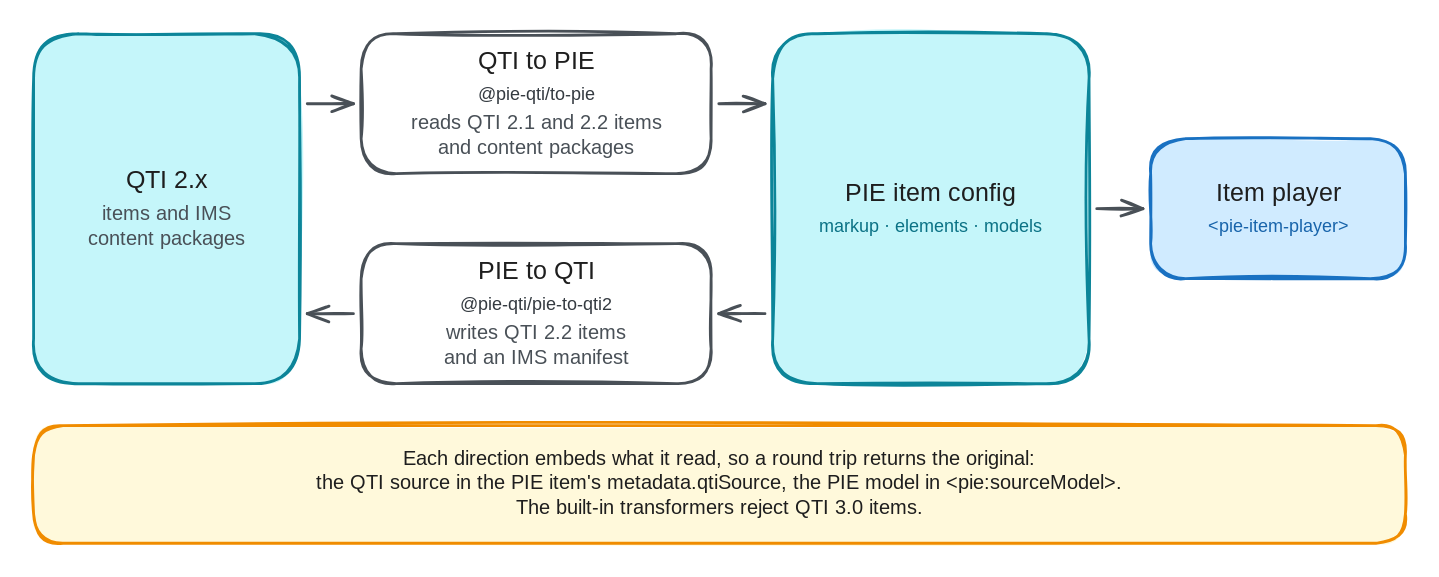
Above: packages/pie-website-app/static/images/diagrams/qti-to-pie.excalidraw.svg in pie-framework/pie-website-ng (Excalidraw), before the change. Source tidied: one line per element, renumbered; positions are measured from the earlier drawing's top-left corner, leaving out a move shared by most shapes. Its diagram source:
```json
{"id": 0, "type": "rectangle", "strokeColor": "#0c8599", "backgroundColor": "#c5f6fa", "fillStyle": "solid", "strokeWidth": 2, "roughness": 1, "round": true, "x": 0, "y": 0, "width": 190, "height": 250}
{"id": 1, "type": "text", "text": "QTI 2.x", "strokeColor": "#1e1e1e", "strokeWidth": 2, "roughness": 1, "fontSize": 18, "fontFamily": 5, "textAlign": "center", "x": 58, "y": 94, "width": 74, "height": 22}
{"id": 2, "type": "text", "text": "items and IMS\ncontent packages", "strokeColor": "#495057", "strokeWidth": 2, "roughness": 1, "fontSize": 14, "fontFamily": 5, "textAlign": "center", "x": 35, "y": 121, "width": 120, "height": 35}
{"id": 3, "type": "rectangle", "strokeColor": "#495057", "backgroundColor": "#ffffff", "fillStyle": "solid", "strokeWidth": 2, "roughness": 1, "round": true, "x": 234, "y": 0, "width": 250, "height": 100}
{"id": 4, "type": "text", "text": "QTI to PIE", "strokeColor": "#1e1e1e", "strokeWidth": 2, "roughness": 1, "fontSize": 18, "fontFamily": 5, "textAlign": "center", "x": 304, "y": 9, "width": 109, "height": 22}
{"id": 5, "type": "text", "text": "@pie-qti/to-pie", "strokeColor": "#343a40", "strokeWidth": 2, "roughness": 1, "fontSize": 13, "fontFamily": 8, "textAlign": "center", "x": 305, "y": 36, "width": 107, "height": 16}
{"id": 6, "type": "text", "text": "reads QTI 2.1 and 2.2 items\nand content packages", "strokeColor": "#495057", "strokeWidth": 2, "roughness": 1, "fontSize": 14, "fontFamily": 5, "textAlign": "center", "x": 260, "y": 56, "width": 198, "height": 35}
{"id": 7, "type": "rectangle", "strokeColor": "#495057", "backgroundColor": "#ffffff", "fillStyle": "solid", "strokeWidth": 2, "roughness": 1, "round": true, "x": 234, "y": 150, "width": 250, "height": 100}
{"id": 8, "type": "text", "text": "PIE to QTI", "strokeColor": "#1e1e1e", "strokeWidth": 2, "roughness": 1, "fontSize": 18, "fontFamily": 5, "textAlign": "center", "x": 304, "y": 159, "width": 109, "height": 22}
{"id": 9, "type": "text", "text": "@pie-qti/pie-to-qti2", "strokeColor": "#343a40", "strokeWidth": 2, "roughness": 1, "fontSize": 13, "fontFamily": 8, "textAlign": "center", "x": 288, "y": 186, "width": 143, "height": 16}
{"id": 10, "type": "text", "text": "writes QTI 2.2 items\nand an IMS manifest", "strokeColor": "#495057", "strokeWidth": 2, "roughness": 1, "fontSize": 14, "fontFamily": 5, "textAlign": "center", "x": 285, "y": 206, "width": 148, "height": 35}
{"id": 11, "type": "rectangle", "strokeColor": "#0c8599", "backgroundColor": "#c5f6fa", "fillStyle": "solid", "strokeWidth": 2, "roughness": 1, "round": true, "x": 528, "y": 0, "width": 226, "height": 250}
{"id": 12, "type": "text", "text": "PIE item config", "strokeColor": "#1e1e1e", "strokeWidth": 2, "roughness": 1, "fontSize": 18, "fontFamily": 5, "textAlign": "center", "x": 572, "y": 104, "width": 138, "height": 22}
{"id": 13, "type": "text", "text": "markup · elements · models", "strokeColor": "#0b7285", "strokeWidth": 2, "roughness": 1, "fontSize": 13, "fontFamily": 8, "textAlign": "center", "x": 552, "y": 130, "width": 178, "height": 16}
{"id": 14, "type": "rectangle", "strokeColor": "#1971c2", "backgroundColor": "#d0ebff", "fillStyle": "solid", "strokeWidth": 2, "roughness": 1, "round": true, "x": 798, "y": 75, "width": 182, "height": 100}
{"id": 15, "type": "text", "text": "Item player", "strokeColor": "#1e1e1e", "strokeWidth": 2, "roughness": 1, "fontSize": 18, "fontFamily": 5, "textAlign": "center", "x": 839, "y": 104, "width": 99, "height": 22}
{"id": 16, "type": "text", "text": "<pie-item-player>", "strokeColor": "#1864ab", "strokeWidth": 2, "roughness": 1, "fontSize": 13, "fontFamily": 8, "textAlign": "center", "x": 828, "y": 130, "width": 122, "height": 16}
{"id": 17, "type": "rectangle", "strokeColor": "#f08c00", "backgroundColor": "#fff9db", "fillStyle": "solid", "strokeWidth": 2, "roughness": 1, "round": true, "x": 0, "y": 280, "width": 980, "height": 84}
{"id": 18, "type": "text", "text": "Each direction embeds what it read, so a round trip returns the original:\nthe QTI source in the PIE item's metadata.qtiSource, the PIE model in <pie:sourceModel>.\nThe built-in transformers reject QTI 3.0 items.", "strokeColor": "#1e1e1e", "strokeWidth": 2, "roughness": 1, "fontSize": 14, "fontFamily": 5, "textAlign": "center", "x": 179, "y": 296, "width": 622, "height": 52}
{"id": 19, "type": "arrow", "strokeColor": "#495057", "strokeWidth": 2, "roughness": 1, "endArrowhead": "arrow", "from": 0, "to": 3, "x": 196, "y": 50, "width": 33, "height": 0, "points": [[0, 0], [33, 0]]}
{"id": 20, "type": "arrow", "strokeColor": "#495057", "strokeWidth": 2, "roughness": 1, "endArrowhead": "arrow", "from": 3, "to": 11, "x": 490, "y": 50, "width": 33, "height": 0, "points": [[0, 0], [33, 0]]}
{"id": 21, "type": "arrow", "strokeColor": "#495057", "strokeWidth": 2, "roughness": 1, "endArrowhead": "arrow", "from": 11, "to": 7, "x": 522, "y": 200, "width": 33, "height": 0, "points": [[0, 0], [-33, 0]]}
{"id": 22, "type": "arrow", "strokeColor": "#495057", "strokeWidth": 2, "roughness": 1, "endArrowhead": "arrow", "from": 7, "to": 0, "x": 228, "y": 200, "width": 33, "height": 0, "points": [[0, 0], [-33, 0]]}
{"id": 23, "type": "arrow", "strokeColor": "#495057", "strokeWidth": 2, "roughness": 1, "endArrowhead": "arrow", "from": 11, "to": 14, "x": 760, "y": 125, "width": 33, "height": 0, "points": [[0, 0], [33, 0]]}
```
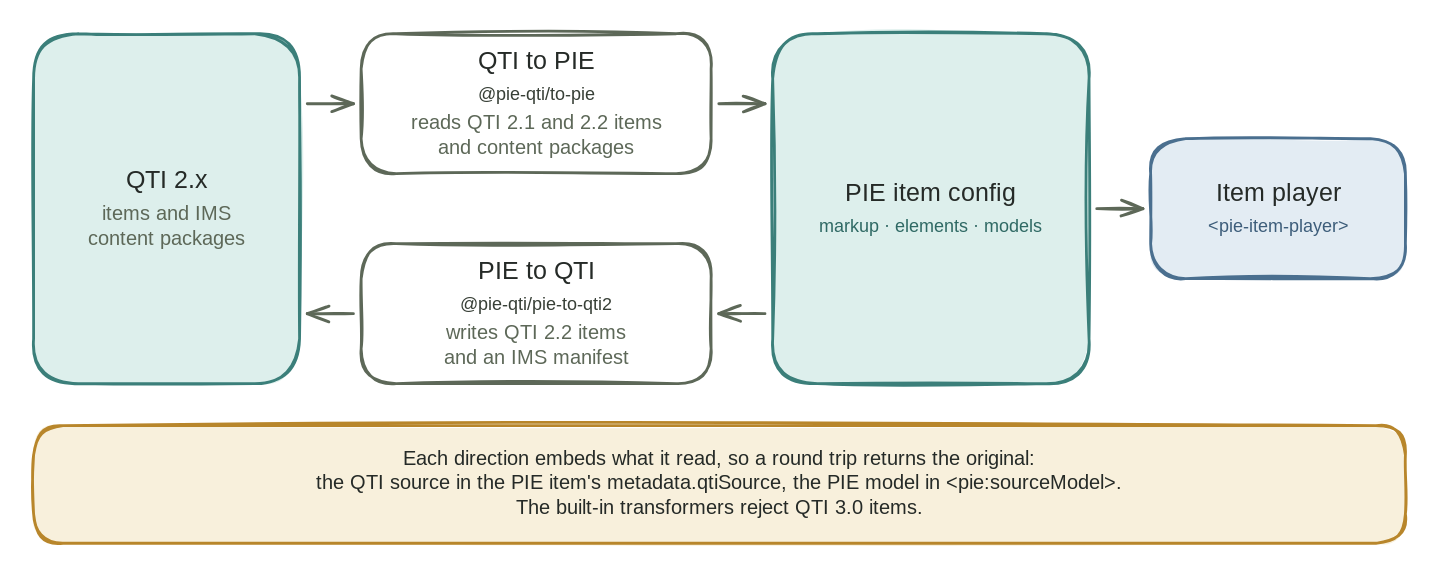
After the change.

Change to the diagram source:
```diff
@@ -1,24 +1,24 @@
-{"id": 0, "type": "rectangle", "strokeColor": "#0c8599", "backgroundColor": "#c5f6fa", "fillStyle": "solid", "strokeWidth": 2, "roughness": 1, "round": true, "x": 0, "y": 0, "width": 190, "height": 250}
+{"id": 0, "type": "rectangle", "strokeColor": "#3b7f7a", "backgroundColor": "#ddefec", "fillStyle": "solid", "strokeWidth": 2, "roughness": 1, "round": true, "x": 0, "y": 0, "width": 190, "height": 250}
-{"id": 1, "type": "text", "text": "QTI 2.x", "strokeColor": "#1e1e1e", "strokeWidth": 2, "roughness": 1, "fontSize": 18, "fontFamily": 5, "textAlign": "center", "x": 58, "y": 94, "width": 74, "height": 22}
+{"id": 1, "type": "text", "text": "QTI 2.x", "strokeColor": "#252a27", "strokeWidth": 2, "roughness": 1, "fontSize": 18, "fontFamily": 5, "textAlign": "center", "x": 58, "y": 94, "width": 74, "height": 22}
-{"id": 2, "type": "text", "text": "items and IMS\ncontent packages", "strokeColor": "#495057", "strokeWidth": 2, "roughness": 1, "fontSize": 14, "fontFamily": 5, "textAlign": "center", "x": 35, "y": 121, "width": 120, "height": 35}
+{"id": 2, "type": "text", "text": "items and IMS\ncontent packages", "strokeColor": "#5d6858", "strokeWidth": 2, "roughness": 1, "fontSize": 14, "fontFamily": 5, "textAlign": "center", "x": 35, "y": 121, "width": 120, "height": 35}
-{"id": 3, "type": "rectangle", "strokeColor": "#495057", "backgroundColor": "#ffffff", "fillStyle": "solid", "strokeWidth": 2, "roughness": 1, "round": true, "x": 234, "y": 0, "width": 250, "height": 100}
+{"id": 3, "type": "rectangle", "strokeColor": "#5d6858", "backgroundColor": "#ffffff", "fillStyle": "solid", "strokeWidth": 2, "roughness": 1, "round": true, "x": 234, "y": 0, "width": 250, "height": 100}
-{"id": 4, "type": "text", "text": "QTI to PIE", "strokeColor": "#1e1e1e", "strokeWidth": 2, "roughness": 1, "fontSize": 18, "fontFamily": 5, "textAlign": "center", "x": 304, "y": 9, "width": 109, "height": 22}
+{"id": 4, "type": "text", "text": "QTI to PIE", "strokeColor": "#252a27", "strokeWidth": 2, "roughness": 1, "fontSize": 18, "fontFamily": 5, "textAlign": "center", "x": 304, "y": 9, "width": 109, "height": 22}
-{"id": 5, "type": "text", "text": "@pie-qti/to-pie", "strokeColor": "#343a40", "strokeWidth": 2, "roughness": 1, "fontSize": 13, "fontFamily": 8, "textAlign": "center", "x": 305, "y": 36, "width": 107, "height": 16}
+{"id": 5, "type": "text", "text": "@pie-qti/to-pie", "strokeColor": "#373f36", "strokeWidth": 2, "roughness": 1, "fontSize": 13, "fontFamily": 8, "textAlign": "center", "x": 305, "y": 36, "width": 107, "height": 16}
-{"id": 6, "type": "text", "text": "reads QTI 2.1 and 2.2 items\nand content packages", "strokeColor": "#495057", "strokeWidth": 2, "roughness": 1, "fontSize": 14, "fontFamily": 5, "textAlign": "center", "x": 260, "y": 56, "width": 198, "height": 35}
+{"id": 6, "type": "text", "text": "reads QTI 2.1 and 2.2 items\nand content packages", "strokeColor": "#5d6858", "strokeWidth": 2, "roughness": 1, "fontSize": 14, "fontFamily": 5, "textAlign": "center", "x": 260, "y": 56, "width": 198, "height": 35}
-{"id": 7, "type": "rectangle", "strokeColor": "#495057", "backgroundColor": "#ffffff", "fillStyle": "solid", "strokeWidth": 2, "roughness": 1, "round": true, "x": 234, "y": 150, "width": 250, "height": 100}
+{"id": 7, "type": "rectangle", "strokeColor": "#5d6858", "backgroundColor": "#ffffff", "fillStyle": "solid", "strokeWidth": 2, "roughness": 1, "round": true, "x": 234, "y": 150, "width": 250, "height": 100}
-{"id": 8, "type": "text", "text": "PIE to QTI", "strokeColor": "#1e1e1e", "strokeWidth": 2, "roughness": 1, "fontSize": 18, "fontFamily": 5, "textAlign": "center", "x": 304, "y": 159, "width": 109, "height": 22}
+{"id": 8, "type": "text", "text": "PIE to QTI", "strokeColor": "#252a27", "strokeWidth": 2, "roughness": 1, "fontSize": 18, "fontFamily": 5, "textAlign": "center", "x": 304, "y": 159, "width": 109, "height": 22}
-{"id": 9, "type": "text", "text": "@pie-qti/pie-to-qti2", "strokeColor": "#343a40", "strokeWidth": 2, "roughness": 1, "fontSize": 13, "fontFamily": 8, "textAlign": "center", "x": 288, "y": 186, "width": 143, "height": 16}
+{"id": 9, "type": "text", "text": "@pie-qti/pie-to-qti2", "strokeColor": "#373f36", "strokeWidth": 2, "roughness": 1, "fontSize": 13, "fontFamily": 8, "textAlign": "center", "x": 288, "y": 186, "width": 143, "height": 16}
-{"id": 10, "type": "text", "text": "writes QTI 2.2 items\nand an IMS manifest", "strokeColor": "#495057", "strokeWidth": 2, "roughness": 1, "fontSize": 14, "fontFamily": 5, "textAlign": "center", "x": 285, "y": 206, "width": 148, "height": 35}
+{"id": 10, "type": "text", "text": "writes QTI 2.2 items\nand an IMS manifest", "strokeColor": "#5d6858", "strokeWidth": 2, "roughness": 1, "fontSize": 14, "fontFamily": 5, "textAlign": "center", "x": 285, "y": 206, "width": 148, "height": 35}
-{"id": 11, "type": "rectangle", "strokeColor": "#0c8599", "backgroundColor": "#c5f6fa", "fillStyle": "solid", "strokeWidth": 2, "roughness": 1, "round": true, "x": 528, "y": 0, "width": 226, "height": 250}
+{"id": 11, "type": "rectangle", "strokeColor": "#3b7f7a", "backgroundColor": "#ddefec", "fillStyle": "solid", "strokeWidth": 2, "roughness": 1, "round": true, "x": 528, "y": 0, "width": 226, "height": 250}
-{"id": 12, "type": "text", "text": "PIE item config", "strokeColor": "#1e1e1e", "strokeWidth": 2, "roughness": 1, "fontSize": 18, "fontFamily": 5, "textAlign": "center", "x": 572, "y": 104, "width": 138, "height": 22}
+{"id": 12, "type": "text", "text": "PIE item config", "strokeColor": "#252a27", "strokeWidth": 2, "roughness": 1, "fontSize": 18, "fontFamily": 5, "textAlign": "center", "x": 572, "y": 104, "width": 138, "height": 22}
-{"id": 13, "type": "text", "text": "markup · elements · models", "strokeColor": "#0b7285", "strokeWidth": 2, "roughness": 1, "fontSize": 13, "fontFamily": 8, "textAlign": "center", "x": 552, "y": 130, "width": 178, "height": 16}
+{"id": 13, "type": "text", "text": "markup · elements · models", "strokeColor": "#2f6964", "strokeWidth": 2, "roughness": 1, "fontSize": 13, "fontFamily": 8, "textAlign": "center", "x": 552, "y": 130, "width": 178, "height": 16}
-{"id": 14, "type": "rectangle", "strokeColor": "#1971c2", "backgroundColor": "#d0ebff", "fillStyle": "solid", "strokeWidth": 2, "roughness": 1, "round": true, "x": 798, "y": 75, "width": 182, "height": 100}
+{"id": 14, "type": "rectangle", "strokeColor": "#4a6f8f", "backgroundColor": "#e3ecf3", "fillStyle": "solid", "strokeWidth": 2, "roughness": 1, "round": true, "x": 798, "y": 75, "width": 182, "height": 100}
-{"id": 15, "type": "text", "text": "Item player", "strokeColor": "#1e1e1e", "strokeWidth": 2, "roughness": 1, "fontSize": 18, "fontFamily": 5, "textAlign": "center", "x": 839, "y": 104, "width": 99, "height": 22}
+{"id": 15, "type": "text", "text": "Item player", "strokeColor": "#252a27", "strokeWidth": 2, "roughness": 1, "fontSize": 18, "fontFamily": 5, "textAlign": "center", "x": 839, "y": 104, "width": 99, "height": 22}
-{"id": 16, "type": "text", "text": "<pie-item-player>", "strokeColor": "#1864ab", "strokeWidth": 2, "roughness": 1, "fontSize": 13, "fontFamily": 8, "textAlign": "center", "x": 828, "y": 130, "width": 122, "height": 16}
+{"id": 16, "type": "text", "text": "<pie-item-player>", "strokeColor": "#3d5d7a", "strokeWidth": 2, "roughness": 1, "fontSize": 13, "fontFamily": 8, "textAlign": "center", "x": 828, "y": 130, "width": 122, "height": 16}
-{"id": 17, "type": "rectangle", "strokeColor": "#f08c00", "backgroundColor": "#fff9db", "fillStyle": "solid", "strokeWidth": 2, "roughness": 1, "round": true, "x": 0, "y": 280, "width": 980, "height": 84}
+{"id": 17, "type": "rectangle", "strokeColor": "#b8862b", "backgroundColor": "#f8f0dc", "fillStyle": "solid", "strokeWidth": 2, "roughness": 1, "round": true, "x": 0, "y": 280, "width": 980, "height": 84}
-{"id": 18, "type": "text", "text": "Each direction embeds what it read, so a round trip returns the original:\nthe QTI source in the PIE item's metadata.qtiSource, the PIE model in <pie:sourceModel>.\nThe built-in transformers reject QTI 3.0 items.", "strokeColor": "#1e1e1e", "strokeWidth": 2, "roughness": 1, "fontSize": 14, "fontFamily": 5, "textAlign": "center", "x": 179, "y": 296, "width": 622, "height": 52}
+{"id": 18, "type": "text", "text": "Each direction embeds what it read, so a round trip returns the original:\nthe QTI source in the PIE item's metadata.qtiSource, the PIE model in <pie:sourceModel>.\nThe built-in transformers reject QTI 3.0 items.", "strokeColor": "#252a27", "strokeWidth": 2, "roughness": 1, "fontSize": 14, "fontFamily": 5, "textAlign": "center", "x": 179, "y": 296, "width": 622, "height": 52}
-{"id": 19, "type": "arrow", "strokeColor": "#495057", "strokeWidth": 2, "roughness": 1, "endArrowhead": "arrow", "from": 0, "to": 3, "x": 196, "y": 50, "width": 33, "height": 0, "points": [[0, 0], [33, 0]]}
+{"id": 19, "type": "arrow", "strokeColor": "#5d6858", "strokeWidth": 2, "roughness": 1, "endArrowhead": "arrow", "from": 0, "to": 3, "x": 196, "y": 50, "width": 33, "height": 0, "points": [[0, 0], [33, 0]]}
-{"id": 20, "type": "arrow", "strokeColor": "#495057", "strokeWidth": 2, "roughness": 1, "endArrowhead": "arrow", "from": 3, "to": 11, "x": 490, "y": 50, "width": 33, "height": 0, "points": [[0, 0], [33, 0]]}
+{"id": 20, "type": "arrow", "strokeColor": "#5d6858", "strokeWidth": 2, "roughness": 1, "endArrowhead": "arrow", "from": 3, "to": 11, "x": 490, "y": 50, "width": 33, "height": 0, "points": [[0, 0], [33, 0]]}
-{"id": 21, "type": "arrow", "strokeColor": "#495057", "strokeWidth": 2, "roughness": 1, "endArrowhead": "arrow", "from": 11, "to": 7, "x": 522, "y": 200, "width": 33, "height": 0, "points": [[0, 0], [-33, 0]]}
+{"id": 21, "type": "arrow", "strokeColor": "#5d6858", "strokeWidth": 2, "roughness": 1, "endArrowhead": "arrow", "from": 11, "to": 7, "x": 522, "y": 200, "width": 33, "height": 0, "points": [[0, 0], [-33, 0]]}
-{"id": 22, "type": "arrow", "strokeColor": "#495057", "strokeWidth": 2, "roughness": 1, "endArrowhead": "arrow", "from": 7, "to": 0, "x": 228, "y": 200, "width": 33, "height": 0, "points": [[0, 0], [-33, 0]]}
+{"id": 22, "type": "arrow", "strokeColor": "#5d6858", "strokeWidth": 2, "roughness": 1, "endArrowhead": "arrow", "from": 7, "to": 0, "x": 228, "y": 200, "width": 33, "height": 0, "points": [[0, 0], [-33, 0]]}
-{"id": 23, "type": "arrow", "strokeColor": "#495057", "strokeWidth": 2, "roughness": 1, "endArrowhead": "arrow", "from": 11, "to": 14, "x": 760, "y": 125, "width": 33, "height": 0, "points": [[0, 0], [33, 0]]}
+{"id": 23, "type": "arrow", "strokeColor": "#5d6858", "strokeWidth": 2, "roughness": 1, "endArrowhead": "arrow", "from": 11, "to": 14, "x": 760, "y": 125, "width": 33, "height": 0, "points": [[0, 0], [33, 0]]}
```
